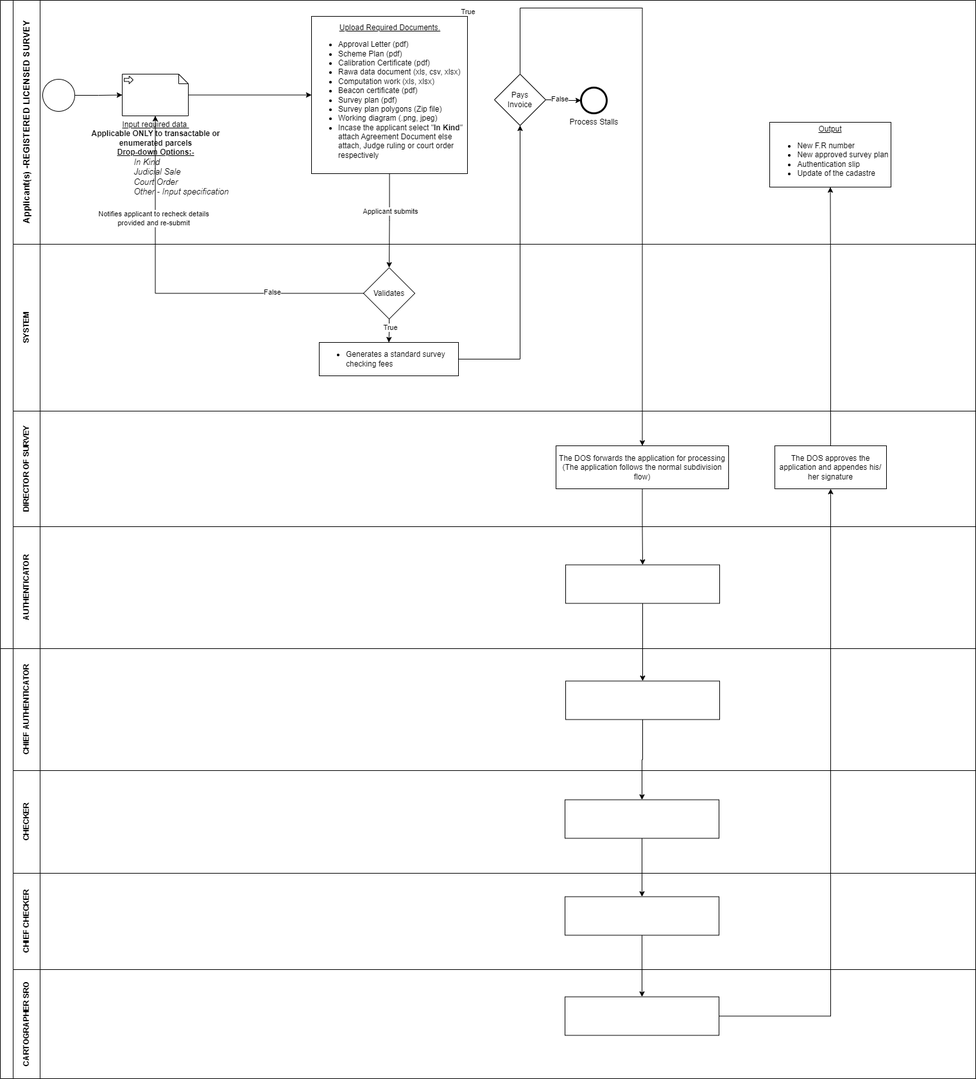
This is Partition-survey.drawio.png from pascalokoth/BPMN, a draw.io export, as it was before one commit. Source tidied: cells renumbered, new cells last; positions are measured from the earlier drawing's top-left corner, leaving out a move shared by most shapes.
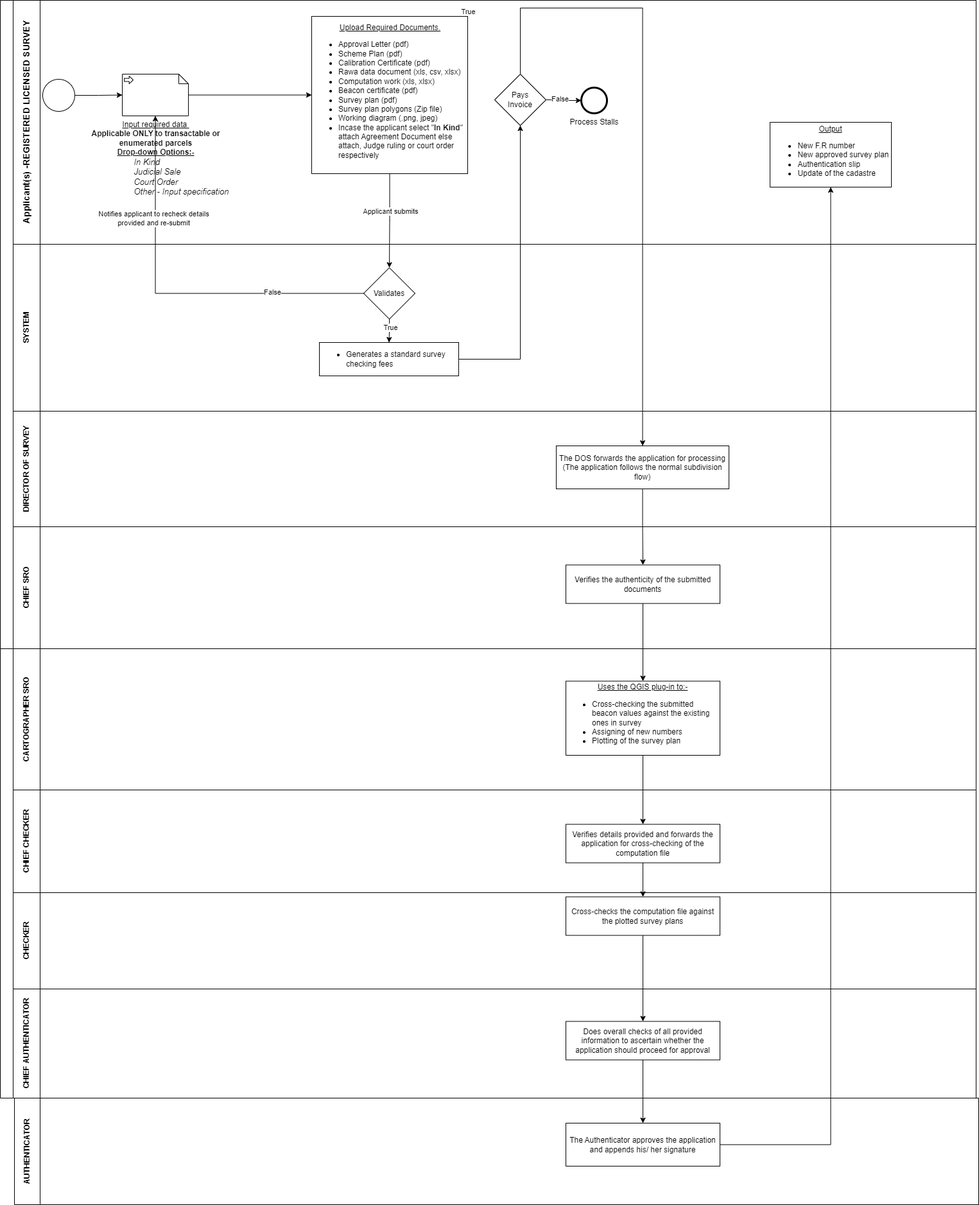
After the commit.

Diff of the diagram source:
```diff
@@ -61,10 +61,10 @@
     <mxCell id="20" value="False" style="edgeLabel;html=1;align=center;verticalAlign=middle;" parent="18" vertex="1">
       <mxGeometry x="-0.52" y="-2" relative="1" as="geometry" />
     </mxCell>
-    <mxCell id="21" value="AUTHENTICATOR" style="swimlane;html=1;startSize=42;horizontal=0;" parent="2" vertex="1">
+    <mxCell id="21" value="CHIEF SRO" style="swimlane;html=1;startSize=42;horizontal=0;" parent="2" vertex="1">
       <mxGeometry x="20" y="820" width="1500" height="190" as="geometry" />
     </mxCell>
-    <mxCell id="22" style="whiteSpace=wrap;html=1;" parent="21" vertex="1">
+    <mxCell id="22" value="Verifies the authenticity of the submitted documents" style="whiteSpace=wrap;html=1;" parent="21" vertex="1">
       <mxGeometry x="861" y="59.5" width="240" height="60" as="geometry" />
     </mxCell>
     <mxCell id="23" style="edgeStyle=orthogonalEdgeStyle;rounded=0;jettySize=auto;html=1;" parent="1" edge="1" source="24" target="22">
@@ -93,26 +93,26 @@
     <mxCell id="28" style="edgeStyle=orthogonalEdgeStyle;rounded=0;jettySize=auto;html=1;" parent="1" edge="1" source="29" target="31">
       <mxGeometry relative="1" as="geometry" />
     </mxCell>
-    <mxCell id="29" style="whiteSpace=wrap;html=1;" parent="1" vertex="1">
-      <mxGeometry x="881" y="1060.5" width="240" height="60" as="geometry" />
+    <mxCell id="29" value="&lt;u style=&quot;border-color: var(--border-color);&quot;&gt;Uses the QGIS plug-in to:-&lt;/u&gt;&lt;br style=&quot;border-color: var(--border-color);&quot;&gt;&lt;ul style=&quot;border-color: var(--border-color);&quot;&gt;&lt;li style=&quot;border-color: var(--border-color); text-align: left;&quot;&gt;Cross-checking the submitted beacon values against the existing ones in survey&lt;/li&gt;&lt;li style=&quot;border-color: var(--border-color); text-align: left;&quot;&gt;Assigning of new numbers&lt;/li&gt;&lt;li style=&quot;border-color: var(--border-color); text-align: left;&quot;&gt;Plotting of the survey plan&lt;/li&gt;&lt;/ul&gt;" style="whiteSpace=wrap;html=1;" parent="1" vertex="1">
+      <mxGeometry x="881" y="1060.5" width="240" height="115.5" as="geometry" />
     </mxCell>
     <mxCell id="30" style="edgeStyle=orthogonalEdgeStyle;rounded=0;jettySize=auto;html=1;entryX=0.5;entryY=0;entryDx=0;entryDy=0;" parent="1" edge="1" source="31" target="62">
       <mxGeometry relative="1" as="geometry" />
     </mxCell>
-    <mxCell id="31" style="whiteSpace=wrap;html=1;" parent="1" vertex="1">
-      <mxGeometry x="880" y="1245.5" width="240" height="60" as="geometry" />
+    <mxCell id="31" value="Verifies details provided and forwards the application for cross-checking of the computation file" style="whiteSpace=wrap;html=1;" parent="1" vertex="1">
+      <mxGeometry x="881" y="1283.5" width="240" height="60" as="geometry" />
     </mxCell>
-    <mxCell id="32" style="edgeStyle=orthogonalEdgeStyle;rounded=0;jettySize=auto;html=1;entryX=0.5;entryY=1;entryDx=0;entryDy=0;" parent="1" edge="1" source="33" target="35">
+    <mxCell id="32" style="edgeStyle=orthogonalEdgeStyle;rounded=0;jettySize=auto;html=1;entryX=0.5;entryY=0;entryDx=0;entryDy=0;" parent="1" edge="1" source="33" target="35">
       <mxGeometry relative="1" as="geometry" />
     </mxCell>
-    <mxCell id="33" style="whiteSpace=wrap;html=1;fontStyle=1;" parent="1" vertex="1">
-      <mxGeometry x="880" y="1552.5" width="240" height="60" as="geometry" />
+    <mxCell id="33" value="&lt;span style=&quot;font-weight: normal;&quot;&gt;Does overall checks of all provided information to ascertain whether the application should proceed for approval&lt;/span&gt;" style="whiteSpace=wrap;html=1;fontStyle=1;" parent="1" vertex="1">
+      <mxGeometry x="881" y="1590.5" width="240" height="60" as="geometry" />
     </mxCell>
     <mxCell id="34" style="edgeStyle=orthogonalEdgeStyle;rounded=0;jettySize=auto;html=1;" parent="1" edge="1" source="35" target="11">
       <mxGeometry relative="1" as="geometry" />
     </mxCell>
-    <mxCell id="35" value="The DOS approves the application and appendes his/ her signature" style="whiteSpace=wrap;html=1;align=center;" parent="1" vertex="1">
-      <mxGeometry x="1207" y="694" width="174" height="67" as="geometry" />
+    <mxCell id="35" value="The Authenticator approves the application and appends his/ her signature" style="whiteSpace=wrap;html=1;align=center;" parent="1" vertex="1">
+      <mxGeometry x="881" y="1749" width="240" height="67" as="geometry" />
     </mxCell>
     <mxCell id="36" style="edgeStyle=orthogonalEdgeStyle;rounded=0;jettySize=auto;html=1;" parent="1" edge="1" source="38" target="39">
       <mxGeometry relative="1" as="geometry" />
@@ -132,7 +132,7 @@
       <mxGeometry relative="1" as="geometry" />
     </mxCell>
     <mxCell id="41" style="swimlane;html=1;horizontal=0;startSize=20;whiteSpace=wrap;" parent="1" vertex="1">
-      <mxGeometry y="1010" width="1520" height="670" as="geometry" />
+      <mxGeometry y="1010" width="1520" height="700" as="geometry" />
     </mxCell>
     <mxCell id="42" style="edgeStyle=orthogonalEdgeStyle;rounded=0;orthogonalLoop=1;jettySize=auto;html=1;" parent="41" edge="1">
       <mxGeometry relative="1" as="geometry">
@@ -142,8 +142,8 @@
     <mxCell id="43" value="Applicant submits" style="edgeLabel;html=1;align=center;verticalAlign=middle;" parent="42" vertex="1">
       <mxGeometry x="-0.21" y="1" relative="1" as="geometry" />
     </mxCell>
-    <mxCell id="44" value="&lt;font style=&quot;&quot;&gt;CHIEF AUTHENTICATOR&lt;br&gt;&lt;/font&gt;" style="swimlane;html=1;startSize=42;horizontal=0;align=center;" parent="41" vertex="1">
-      <mxGeometry x="20" width="1500" height="190" as="geometry" />
+    <mxCell id="44" value="&lt;font style=&quot;&quot;&gt;CARTOGRAPHER SRO&lt;br&gt;&lt;/font&gt;" style="swimlane;html=1;startSize=42;horizontal=0;align=center;" parent="41" vertex="1">
+      <mxGeometry x="20" width="1500" height="220" as="geometry" />
     </mxCell>
     <mxCell id="45" style="edgeStyle=orthogonalEdgeStyle;rounded=0;orthogonalLoop=1;jettySize=auto;html=1;" parent="44" edge="1">
       <mxGeometry relative="1" as="geometry">
@@ -178,8 +178,8 @@
         <mxPoint x="4" as="offset" />
       </mxGeometry>
     </mxCell>
-    <mxCell id="52" value="CHECKER" style="swimlane;html=1;startSize=42;horizontal=0;" parent="41" vertex="1">
-      <mxGeometry x="20" y="190" width="1500" height="160" as="geometry" />
+    <mxCell id="52" value="CHIEF CHECKER" style="swimlane;html=1;startSize=42;horizontal=0;" parent="41" vertex="1">
+      <mxGeometry x="20" y="220" width="1500" height="160" as="geometry" />
     </mxCell>
     <mxCell id="53" style="edgeStyle=orthogonalEdgeStyle;rounded=0;orthogonalLoop=1;jettySize=auto;html=1;" parent="52" edge="1">
       <mxGeometry relative="1" as="geometry">
@@ -189,11 +189,11 @@
     <mxCell id="54" value="True" style="edgeLabel;html=1;align=center;verticalAlign=middle;" parent="53" vertex="1">
       <mxGeometry x="-0.3" y="1" relative="1" as="geometry" />
     </mxCell>
-    <mxCell id="55" value="CHIEF CHECKER" style="swimlane;html=1;startSize=42;horizontal=0;" parent="41" vertex="1">
-      <mxGeometry x="20" y="350" width="1500" height="150" as="geometry" />
+    <mxCell id="55" value="CHECKER" style="swimlane;html=1;startSize=42;horizontal=0;" parent="41" vertex="1">
+      <mxGeometry x="20" y="380" width="1500" height="150" as="geometry" />
     </mxCell>
-    <mxCell id="56" value="CARTOGRAPHER SRO" style="swimlane;html=1;startSize=42;horizontal=0;" parent="41" vertex="1">
-      <mxGeometry x="20" y="500" width="1500" height="170" as="geometry" />
+    <mxCell id="56" value="CHIEF AUTHENTICATOR" style="swimlane;html=1;startSize=42;horizontal=0;" parent="41" vertex="1">
+      <mxGeometry x="20" y="530" width="1500" height="170" as="geometry" />
     </mxCell>
     <mxCell id="57" style="edgeStyle=orthogonalEdgeStyle;rounded=0;orthogonalLoop=1;jettySize=auto;html=1;" parent="41" edge="1">
       <mxGeometry relative="1" as="geometry">
@@ -214,8 +214,11 @@
     <mxCell id="61" style="edgeStyle=orthogonalEdgeStyle;rounded=0;jettySize=auto;html=1;" parent="1" edge="1" source="62" target="33">
       <mxGeometry relative="1" as="geometry" />
     </mxCell>
-    <mxCell id="62" style="whiteSpace=wrap;html=1;fontStyle=1;" parent="1" vertex="1">
-      <mxGeometry x="880" y="1396.5" width="240" height="60" as="geometry" />
+    <mxCell id="62" value="&lt;span style=&quot;font-weight: normal;&quot;&gt;Cross-checks the computation file against the plotted survey plans&lt;/span&gt;" style="whiteSpace=wrap;html=1;fontStyle=1;" parent="1" vertex="1">
+      <mxGeometry x="881" y="1396.5" width="240" height="60" as="geometry" />
     </mxCell>
+    <mxCell id="63" value="AUTHENTICATOR" style="swimlane;horizontal=0;whiteSpace=wrap;html=1;startSize=40;" parent="1" vertex="1">
+      <mxGeometry x="22" y="1710" width="1502" height="166" as="geometry" />
+    </mxCell>
   </root>
 </mxGraphModel>
```
